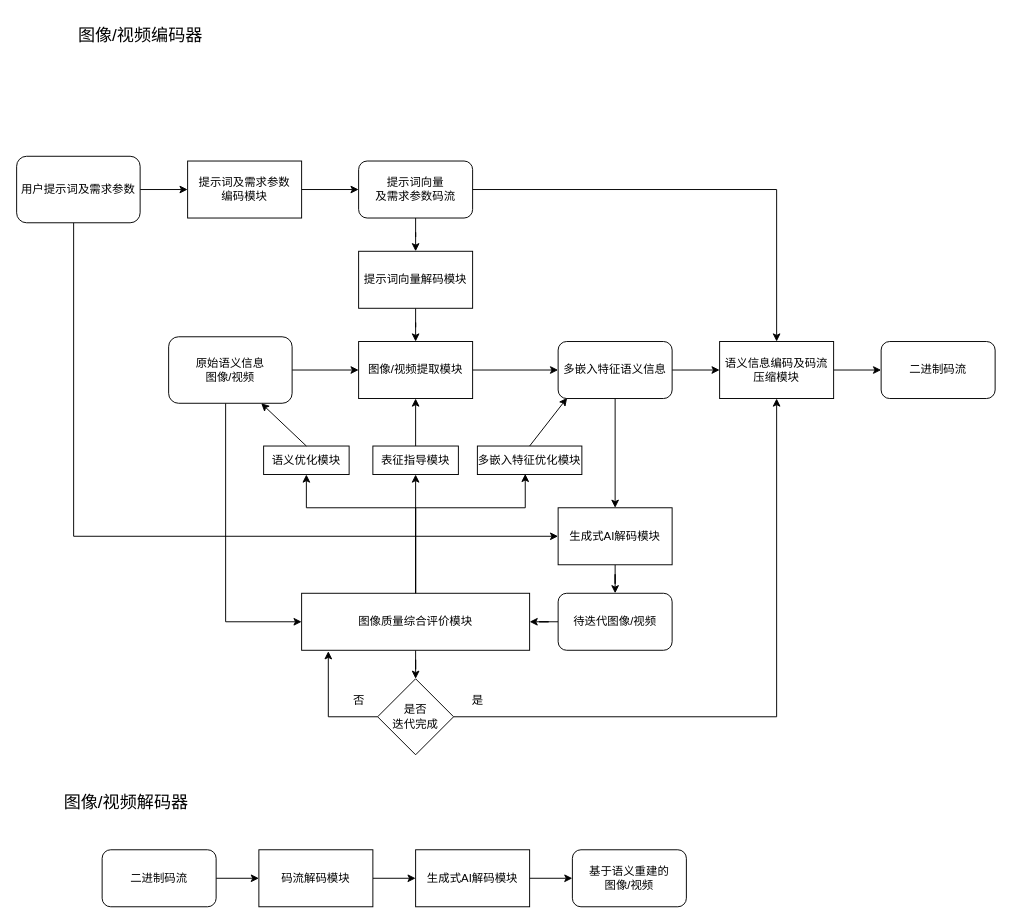
Above: 基于生成式AI的多路径多嵌入图像视频编码系统.drawio in hrf666666/FlowCharts (draw.io), before the change. Source tidied: cells renumbered, new cells numbered last; positions are measured from the earlier drawing's top-left corner, leaving out a move shared by most shapes. Both pictures are drawn from the tidied source at 95%, with x=0, y=0 at pixel (16, 16).
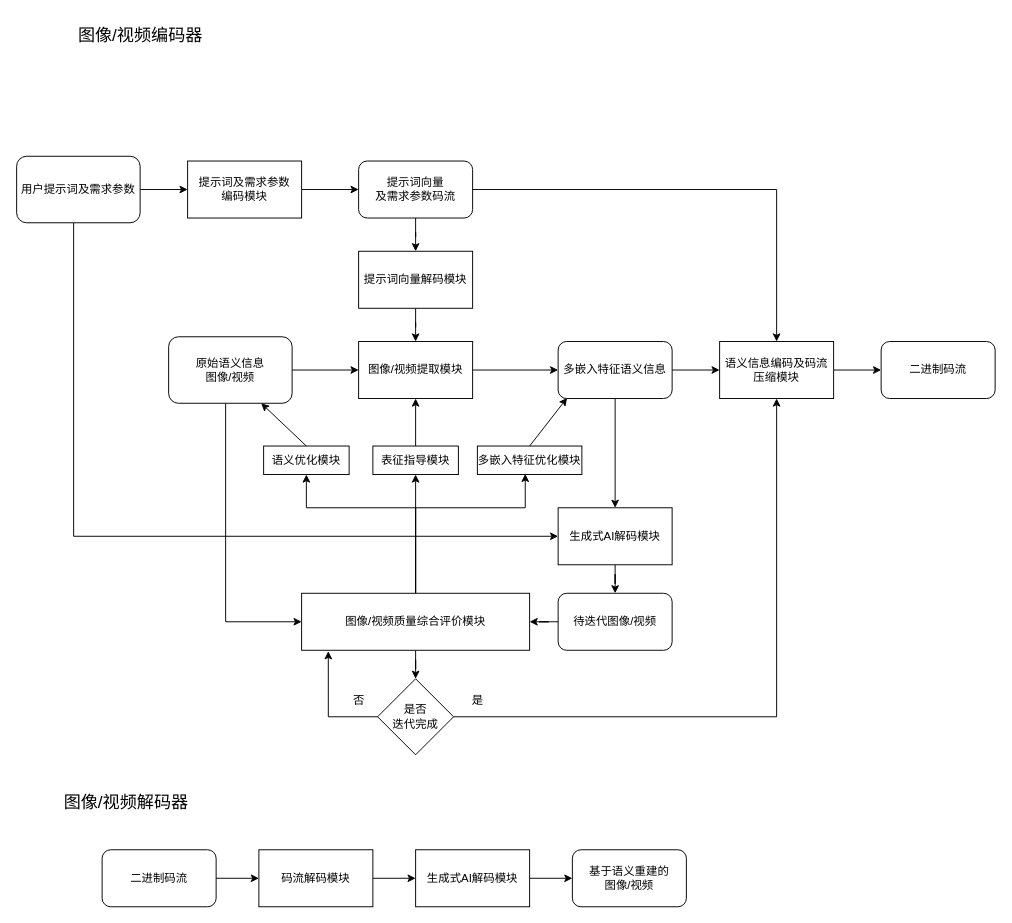
After the change.

Commit message:
更新基于生成式AI的多路径多嵌入图像视频编码系统.drawio

The edit, as a diff of the source:
```diff
@@
-    <mxCell id="30" value="图像质量综合评价模块" style="rounded=0;whiteSpace=wrap;html=1;" parent="1" vertex="1">
+    <mxCell id="30" value="图像/视频质量综合评价模块" style="rounded=0;whiteSpace=wrap;html=1;" parent="1" vertex="1">
       <mxGeometry x="300" y="607" width="240" height="60" as="geometry" />
     </mxCell>
```
